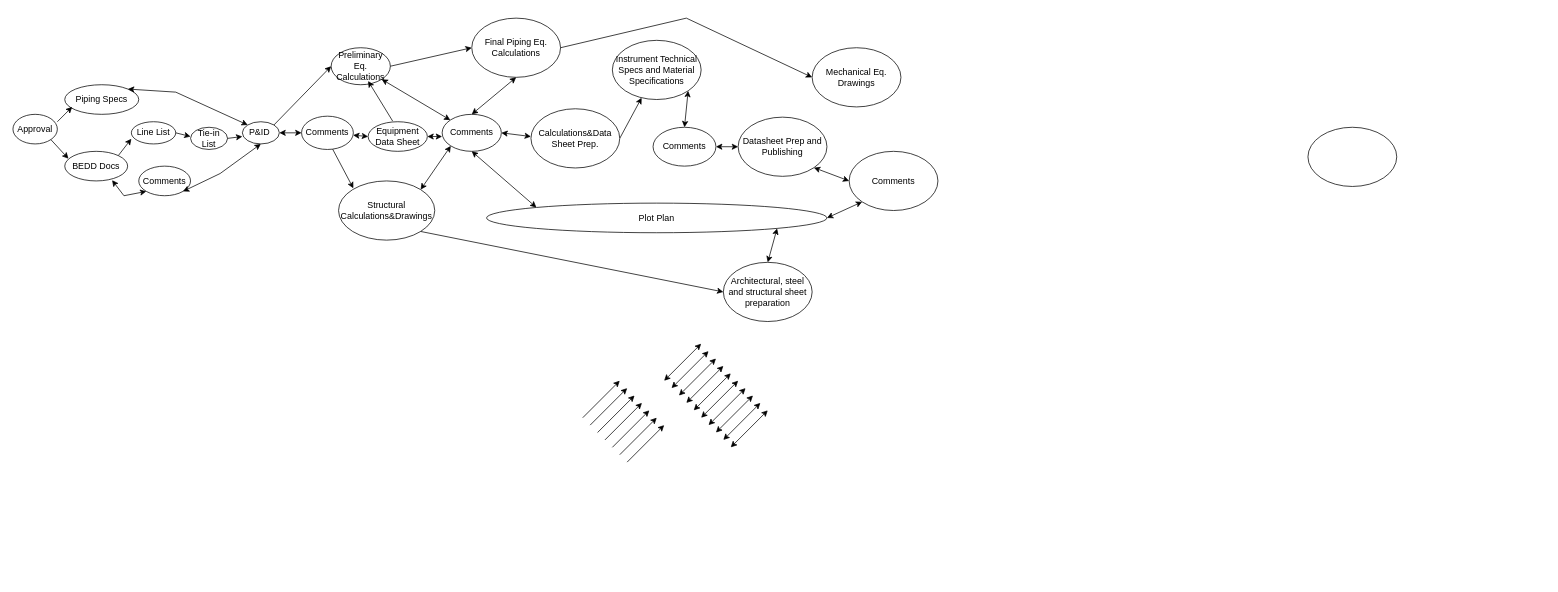
Above: Untitled Diagram.drawio in UtkuCan-Bayhan/Diagram (draw.io), before the change. Source tidied: cells renumbered, new cells numbered last; positions are measured from the earlier drawing's top-left corner, leaving out a move shared by most shapes. Both pictures are drawn from the tidied source at 74%, with x=0, y=0 at pixel (13, 18).
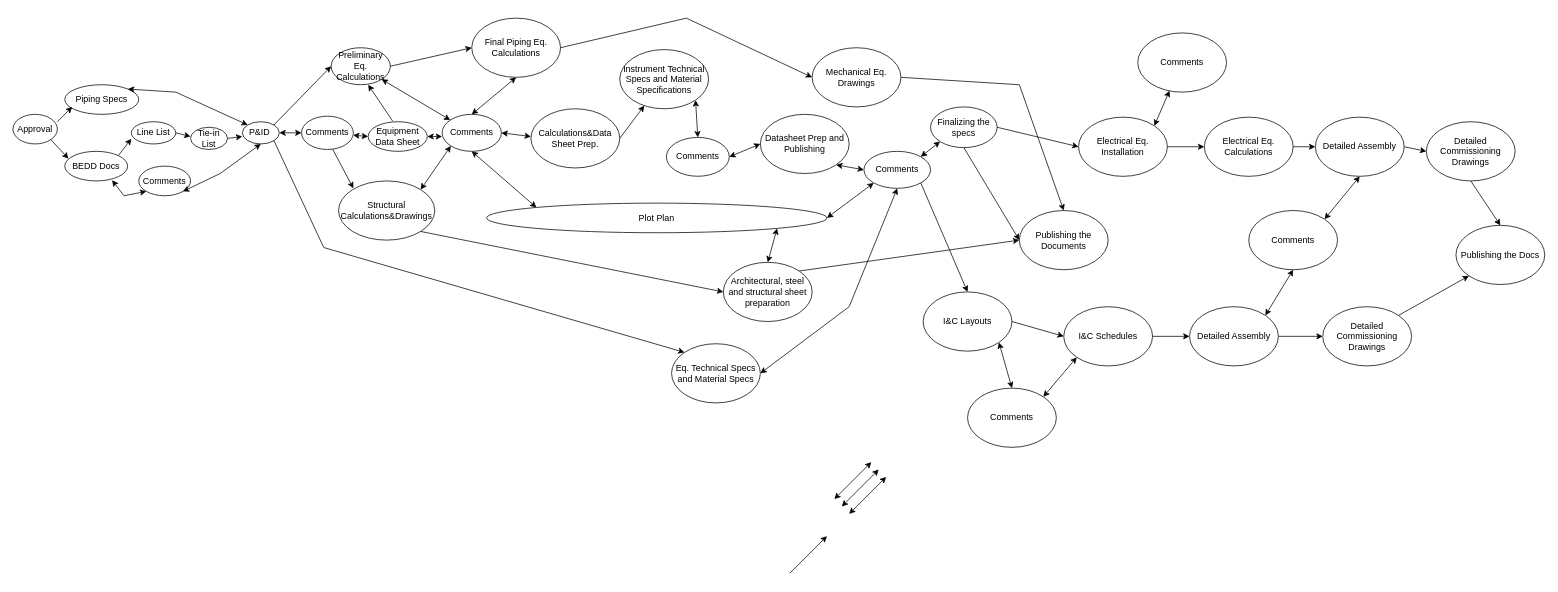
The same page after the edit.

Unchanged cells that the change refers to:
```xml
<mxCell id="4" value="P&amp;amp;ID&amp;nbsp;" style="ellipse;whiteSpace=wrap;html=1;" parent="1" vertex="1">
  <mxGeometry x="310" y="140" width="50" height="30" as="geometry" />
</mxCell>
<mxCell id="5" value="Equipment Data Sheet" style="ellipse;whiteSpace=wrap;html=1;" parent="1" vertex="1">
  <mxGeometry x="480" y="140" width="80" height="40" as="geometry" />
</mxCell>
<mxCell id="59" value="Mechanical Eq. Drawings" style="ellipse;whiteSpace=wrap;html=1;" parent="1" vertex="1">
  <mxGeometry x="1080" y="40" width="120" height="80" as="geometry" />
</mxCell>
<mxCell id="68" value="Architectural, steel and structural sheet preparation" style="ellipse;whiteSpace=wrap;html=1;" parent="1" vertex="1">
  <mxGeometry x="960" y="330" width="120" height="80" as="geometry" />
</mxCell>
```

Diff of the diagram source:
```diff
@@
-    <mxCell id="30" style="endArrow=classic;startArrow=classic;html=1;rounded=0;" parent="1" edge="1">
+    <mxCell id="30" style="endArrow=classic;startArrow=classic;html=1;rounded=0;entryX=0.5;entryY=1;entryDx=0;entryDy=0;exitX=1;exitY=0.5;exitDx=0;exitDy=0;" parent="1" edge="1" source="69" target="57">
       <mxGeometry relative="1" as="geometry">
-        <mxPoint x="880" y="490" as="sourcePoint" />
-        <mxPoint x="930" y="440" as="targetPoint" />
+        <Array as="points">
+          <mxPoint x="1130" y="390" />
+        </Array>
       </mxGeometry>
     </mxCell>
-    <mxCell id="31" style="endArrow=classic;startArrow=classic;html=1;rounded=0;" parent="1" edge="1">
-      <mxGeometry relative="1" as="geometry">
-        <mxPoint x="890" y="500" as="sourcePoint" />
-        <mxPoint x="940" y="450" as="targetPoint" />
-      </mxGeometry>
+    <mxCell id="31" style="endArrow=classic;startArrow=classic;html=1;rounded=0;entryX=0;entryY=1;entryDx=0;entryDy=0;exitX=1;exitY=0;exitDx=0;exitDy=0;" parent="1" edge="1" source="57" target="70">
+      <mxGeometry relative="1" as="geometry" />
     </mxCell>
-    <mxCell id="32" style="endArrow=classic;startArrow=classic;html=1;rounded=0;" parent="1" edge="1">
-      <mxGeometry relative="1" as="geometry">
-        <mxPoint x="900" y="510" as="sourcePoint" />
-        <mxPoint x="950" y="460" as="targetPoint" />
-      </mxGeometry>
+    <mxCell id="32" style="endArrow=classic;startArrow=classic;html=1;rounded=0;entryX=1;entryY=1;entryDx=0;entryDy=0;exitX=0.5;exitY=0;exitDx=0;exitDy=0;" parent="1" edge="1" source="75" target="72">
+      <mxGeometry relative="1" as="geometry" />
     </mxCell>
-    <mxCell id="33" style="endArrow=classic;startArrow=classic;html=1;rounded=0;" parent="1" edge="1">
-      <mxGeometry relative="1" as="geometry">
-        <mxPoint x="910" y="520" as="sourcePoint" />
-        <mxPoint x="960" y="470" as="targetPoint" />
-      </mxGeometry>
+    <mxCell id="33" style="endArrow=classic;startArrow=classic;html=1;rounded=0;entryX=1;entryY=0;entryDx=0;entryDy=0;exitX=0.358;exitY=0.975;exitDx=0;exitDy=0;exitPerimeter=0;" parent="1" edge="1" source="77" target="60">
+      <mxGeometry relative="1" as="geometry" />
     </mxCell>
@@
-    <mxCell id="35" style="endArrow=classic;startArrow=classic;html=1;rounded=0;" parent="1" edge="1">
-      <mxGeometry relative="1" as="geometry">
-        <mxPoint x="920" y="530" as="sourcePoint" />
-        <mxPoint x="970" y="480" as="targetPoint" />
-      </mxGeometry>
+    <mxCell id="35" style="endArrow=classic;startArrow=classic;html=1;rounded=0;entryX=0;entryY=1;entryDx=0;entryDy=0;exitX=1;exitY=0;exitDx=0;exitDy=0;" parent="1" edge="1" source="75" target="78">
+      <mxGeometry relative="1" as="geometry" />
     </mxCell>
-    <mxCell id="36" style="endArrow=classic;startArrow=classic;html=1;rounded=0;" parent="1" edge="1">
-      <mxGeometry relative="1" as="geometry">
-        <mxPoint x="930" y="540" as="sourcePoint" />
-        <mxPoint x="980" y="490" as="targetPoint" />
-      </mxGeometry>
+    <mxCell id="36" style="endArrow=classic;startArrow=classic;html=1;rounded=0;entryX=0.5;entryY=1;entryDx=0;entryDy=0;exitX=1;exitY=0;exitDx=0;exitDy=0;" parent="1" edge="1" source="86" target="87">
+      <mxGeometry relative="1" as="geometry" />
     </mxCell>
-    <mxCell id="37" style="endArrow=classic;startArrow=classic;html=1;rounded=0;" parent="1" edge="1">
-      <mxGeometry relative="1" as="geometry">
-        <mxPoint x="940" y="550" as="sourcePoint" />
-        <mxPoint x="990" y="500" as="targetPoint" />
-      </mxGeometry>
+    <mxCell id="37" style="endArrow=classic;startArrow=classic;html=1;rounded=0;entryX=1;entryY=0;entryDx=0;entryDy=0;exitX=0.5;exitY=1;exitDx=0;exitDy=0;" parent="1" edge="1" source="86" target="85">
+      <mxGeometry relative="1" as="geometry" />
     </mxCell>
     <mxCell id="38" style="endArrow=classic;startArrow=classic;html=1;rounded=0;" parent="1" edge="1">
       <mxGeometry relative="1" as="geometry">
-        <mxPoint x="950" y="560" as="sourcePoint" />
-        <mxPoint x="1000" y="510" as="targetPoint" />
+        <mxPoint x="1110" y="650" as="sourcePoint" />
+        <mxPoint x="1160" y="600" as="targetPoint" />
       </mxGeometry>
     </mxCell>
     <mxCell id="39" style="endArrow=classic;startArrow=classic;html=1;rounded=0;" parent="1" edge="1">
       <mxGeometry relative="1" as="geometry">
-        <mxPoint x="960" y="570" as="sourcePoint" />
-        <mxPoint x="1010" y="520" as="targetPoint" />
+        <mxPoint x="1120" y="660" as="sourcePoint" />
+        <mxPoint x="1170" y="610" as="targetPoint" />
       </mxGeometry>
     </mxCell>
     <mxCell id="40" style="endArrow=classic;startArrow=classic;html=1;rounded=0;" parent="1" edge="1">
       <mxGeometry relative="1" as="geometry">
-        <mxPoint x="970" y="580" as="sourcePoint" />
-        <mxPoint x="1020" y="530" as="targetPoint" />
+        <mxPoint x="1130" y="670" as="sourcePoint" />
+        <mxPoint x="1180" y="620" as="targetPoint" />
       </mxGeometry>
     </mxCell>
@@
     <mxCell id="45" style="endArrow=classic;html=1;rounded=0;exitX=0.413;exitY=-0.025;exitDx=0;exitDy=0;exitPerimeter=0;" parent="1" edge="1" source="5">
       <mxGeometry relative="1" as="geometry">
-        <mxPoint x="480" y="85" as="targetPoint" />
+        <mxPoint x="480" y="90" as="targetPoint" />
       </mxGeometry>
     </mxCell>
@@
-    <mxCell id="49" style="endArrow=classic;html=1;rounded=0;" parent="1" edge="1">
+    <mxCell id="49" style="endArrow=classic;html=1;rounded=0;entryX=0;entryY=0;entryDx=0;entryDy=0;exitX=1;exitY=1;exitDx=0;exitDy=0;" parent="1" edge="1" source="4" target="69">
       <mxGeometry relative="1" as="geometry">
-        <mxPoint x="770" y="540" as="sourcePoint" />
-        <mxPoint x="820" y="490" as="targetPoint" />
+        <Array as="points">
+          <mxPoint x="420" y="310" />
+        </Array>
       </mxGeometry>
     </mxCell>
@@
     <mxCell id="54" value="Instrument Technical Specs and Material Specifications" style="ellipse;whiteSpace=wrap;html=1;" parent="1" vertex="1">
-      <mxGeometry x="810" y="30" width="120" height="80" as="geometry" />
+      <mxGeometry x="820" y="42.5" width="120" height="80" as="geometry" />
     </mxCell>
     <mxCell id="55" value="Comments" style="ellipse;whiteSpace=wrap;html=1;" parent="1" vertex="1">
-      <mxGeometry x="865" y="147.5" width="85" height="52.5" as="geometry" />
+      <mxGeometry x="883" y="161.2" width="85" height="52.5" as="geometry" />
     </mxCell>
     <mxCell id="56" value="Datasheet Prep and Publishing" style="ellipse;whiteSpace=wrap;html=1;" parent="1" vertex="1">
-      <mxGeometry x="980" y="133.8" width="120" height="80" as="geometry" />
+      <mxGeometry x="1010" y="130" width="120" height="80" as="geometry" />
     </mxCell>
     <mxCell id="57" value="Comments" style="ellipse;whiteSpace=wrap;html=1;" parent="1" vertex="1">
-      <mxGeometry x="1130" y="180" width="120" height="80" as="geometry" />
+      <mxGeometry x="1150" y="180" width="90" height="50" as="geometry" />
     </mxCell>
@@
-    <mxCell id="60" style="ellipse;whiteSpace=wrap;html=1;" parent="1" vertex="1">
-      <mxGeometry x="1750" y="147.5" width="120" height="80" as="geometry" />
+    <mxCell id="60" value="Electrical Eq. Installation" style="ellipse;whiteSpace=wrap;html=1;" parent="1" vertex="1">
+      <mxGeometry x="1440" y="133.8" width="120" height="80" as="geometry" />
     </mxCell>
@@
-    <mxCell id="62" style="endArrow=classic;html=1;rounded=0;" parent="1" edge="1">
-      <mxGeometry relative="1" as="geometry">
-        <mxPoint x="780" y="550" as="sourcePoint" />
-        <mxPoint x="830" y="500" as="targetPoint" />
-      </mxGeometry>
+    <mxCell id="62" style="endArrow=classic;html=1;rounded=0;entryX=0;entryY=0.5;entryDx=0;entryDy=0;exitX=0.5;exitY=1;exitDx=0;exitDy=0;" parent="1" edge="1" source="70" target="71">
+      <mxGeometry relative="1" as="geometry" />
     </mxCell>
-    <mxCell id="63" style="endArrow=classic;html=1;rounded=0;" parent="1" edge="1">
+    <mxCell id="63" style="endArrow=classic;html=1;rounded=0;entryX=0.5;entryY=0;entryDx=0;entryDy=0;exitX=1;exitY=0.5;exitDx=0;exitDy=0;" parent="1" edge="1" source="59" target="71">
       <mxGeometry relative="1" as="geometry">
-        <mxPoint x="790" y="560" as="sourcePoint" />
-        <mxPoint x="840" y="510" as="targetPoint" />
+        <Array as="points">
+          <mxPoint x="1360" y="90" />
+        </Array>
       </mxGeometry>
     </mxCell>
-    <mxCell id="64" style="endArrow=classic;html=1;rounded=0;" parent="1" edge="1">
-      <mxGeometry relative="1" as="geometry">
-        <mxPoint x="800" y="570" as="sourcePoint" />
-        <mxPoint x="850" y="520" as="targetPoint" />
-      </mxGeometry>
+    <mxCell id="64" style="endArrow=classic;html=1;rounded=0;entryX=0;entryY=0.5;entryDx=0;entryDy=0;exitX=1;exitY=0;exitDx=0;exitDy=0;" parent="1" edge="1" source="68" target="71">
+      <mxGeometry relative="1" as="geometry" />
     </mxCell>
-    <mxCell id="65" style="endArrow=classic;html=1;rounded=0;" parent="1" edge="1">
-      <mxGeometry relative="1" as="geometry">
-        <mxPoint x="810" y="580" as="sourcePoint" />
-        <mxPoint x="860" y="530" as="targetPoint" />
-      </mxGeometry>
-    </mxCell>
-    <mxCell id="66" style="endArrow=classic;html=1;rounded=0;" parent="1" edge="1">
-      <mxGeometry relative="1" as="geometry">
-        <mxPoint x="820" y="590" as="sourcePoint" />
-        <mxPoint x="870" y="540" as="targetPoint" />
-      </mxGeometry>
+    <mxCell id="66" style="endArrow=classic;html=1;rounded=0;entryX=0;entryY=0.5;entryDx=0;entryDy=0;exitX=1;exitY=0.5;exitDx=0;exitDy=0;" parent="1" edge="1" source="60" target="76">
+      <mxGeometry relative="1" as="geometry" />
     </mxCell>
-    <mxCell id="67" style="endArrow=classic;html=1;rounded=0;" parent="1" edge="1">
-      <mxGeometry relative="1" as="geometry">
-        <mxPoint x="830" y="600" as="sourcePoint" />
-        <mxPoint x="880" y="550" as="targetPoint" />
-      </mxGeometry>
+    <mxCell id="67" style="endArrow=classic;html=1;rounded=0;entryX=0;entryY=0.5;entryDx=0;entryDy=0;exitX=1;exitY=0.5;exitDx=0;exitDy=0;" parent="1" edge="1" source="72" target="78">
+      <mxGeometry relative="1" as="geometry" />
     </mxCell>
@@
+    <mxCell id="69" value="Eq. Technical Specs and Material Specs" style="ellipse;whiteSpace=wrap;html=1;" parent="1" vertex="1">
+      <mxGeometry x="890" y="440" width="120" height="80" as="geometry" />
+    </mxCell>
+    <mxCell id="70" value="Finalizing the specs" style="ellipse;whiteSpace=wrap;html=1;" parent="1" vertex="1">
+      <mxGeometry x="1240" y="120" width="90" height="55" as="geometry" />
+    </mxCell>
+    <mxCell id="71" value="Publishing the Documents" style="ellipse;whiteSpace=wrap;html=1;" parent="1" vertex="1">
+      <mxGeometry x="1360" y="260" width="120" height="80" as="geometry" />
+    </mxCell>
+    <mxCell id="72" value="I&amp;amp;C Layouts" style="ellipse;whiteSpace=wrap;html=1;" parent="1" vertex="1">
+      <mxGeometry x="1230" y="370" width="120" height="80" as="geometry" />
+    </mxCell>
+    <mxCell id="73" style="endArrow=classic;html=1;rounded=0;entryX=0;entryY=0.5;entryDx=0;entryDy=0;exitX=1;exitY=0.5;exitDx=0;exitDy=0;" parent="1" edge="1" source="70" target="60">
+      <mxGeometry relative="1" as="geometry" />
+    </mxCell>
+    <mxCell id="74" style="endArrow=classic;html=1;rounded=0;entryX=0.5;entryY=0;entryDx=0;entryDy=0;exitX=1;exitY=1;exitDx=0;exitDy=0;" parent="1" edge="1" source="57" target="72">
+      <mxGeometry relative="1" as="geometry" />
+    </mxCell>
+    <mxCell id="75" value="Comments" style="ellipse;whiteSpace=wrap;html=1;" parent="1" vertex="1">
+      <mxGeometry x="1290" y="500" width="120" height="80" as="geometry" />
+    </mxCell>
+    <mxCell id="76" value="Electrical Eq. Calculations" style="ellipse;whiteSpace=wrap;html=1;" parent="1" vertex="1">
+      <mxGeometry x="1610" y="133.8" width="120" height="80" as="geometry" />
+    </mxCell>
+    <mxCell id="77" value="Comments" style="ellipse;whiteSpace=wrap;html=1;" parent="1" vertex="1">
+      <mxGeometry x="1520" y="20" width="120" height="80" as="geometry" />
+    </mxCell>
+    <mxCell id="78" value="I&amp;amp;C Schedules" style="ellipse;whiteSpace=wrap;html=1;" parent="1" vertex="1">
+      <mxGeometry x="1420" y="390" width="120" height="80" as="geometry" />
+    </mxCell>
+    <mxCell id="79" style="endArrow=classic;html=1;rounded=0;entryX=0;entryY=0.5;entryDx=0;entryDy=0;exitX=1;exitY=0.5;exitDx=0;exitDy=0;" parent="1" edge="1" source="78" target="85">
+      <mxGeometry relative="1" as="geometry" />
+    </mxCell>
+    <mxCell id="80" style="endArrow=classic;html=1;rounded=0;entryX=0;entryY=0.5;entryDx=0;entryDy=0;exitX=1;exitY=0.5;exitDx=0;exitDy=0;" parent="1" edge="1" source="85" target="90">
+      <mxGeometry relative="1" as="geometry" />
+    </mxCell>
+    <mxCell id="81" style="endArrow=classic;html=1;rounded=0;entryX=0;entryY=0.5;entryDx=0;entryDy=0;exitX=1;exitY=0.5;exitDx=0;exitDy=0;" parent="1" edge="1" source="87" target="89">
+      <mxGeometry relative="1" as="geometry" />
+    </mxCell>
+    <mxCell id="82" style="endArrow=classic;html=1;rounded=0;entryX=0.5;entryY=0;entryDx=0;entryDy=0;exitX=0.5;exitY=1;exitDx=0;exitDy=0;" parent="1" edge="1" source="89" target="91">
+      <mxGeometry relative="1" as="geometry" />
+    </mxCell>
+    <mxCell id="83" style="endArrow=classic;html=1;rounded=0;entryX=0;entryY=1;entryDx=0;entryDy=0;exitX=1;exitY=0;exitDx=0;exitDy=0;" parent="1" edge="1" source="90" target="91">
+      <mxGeometry relative="1" as="geometry" />
+    </mxCell>
+    <mxCell id="84" style="endArrow=classic;html=1;rounded=0;" parent="1" edge="1">
+      <mxGeometry relative="1" as="geometry">
+        <mxPoint x="1050" y="750" as="sourcePoint" />
+        <mxPoint x="1100" y="700" as="targetPoint" />
+      </mxGeometry>
+    </mxCell>
+    <mxCell id="85" value="Detailed Assembly" style="ellipse;whiteSpace=wrap;html=1;" parent="1" vertex="1">
+      <mxGeometry x="1590" y="390" width="120" height="80" as="geometry" />
+    </mxCell>
+    <mxCell id="86" value="Comments" style="ellipse;whiteSpace=wrap;html=1;" parent="1" vertex="1">
+      <mxGeometry x="1670" y="260" width="120" height="80" as="geometry" />
+    </mxCell>
+    <mxCell id="87" value="Detailed Assembly" style="ellipse;whiteSpace=wrap;html=1;" parent="1" vertex="1">
+      <mxGeometry x="1760" y="133.8" width="120" height="80" as="geometry" />
+    </mxCell>
+    <mxCell id="88" style="endArrow=classic;html=1;rounded=0;entryX=0;entryY=0.5;entryDx=0;entryDy=0;exitX=1;exitY=0.5;exitDx=0;exitDy=0;" parent="1" edge="1" source="76" target="87">
+      <mxGeometry relative="1" as="geometry" />
+    </mxCell>
+    <mxCell id="89" value="Detailed Commissioning Drawings" style="ellipse;whiteSpace=wrap;html=1;" parent="1" vertex="1">
+      <mxGeometry x="1910" y="140" width="120" height="80" as="geometry" />
+    </mxCell>
+    <mxCell id="90" value="Detailed Commissioning Drawings" style="ellipse;whiteSpace=wrap;html=1;" parent="1" vertex="1">
+      <mxGeometry x="1770" y="390" width="120" height="80" as="geometry" />
+    </mxCell>
+    <mxCell id="91" value="Publishing the Docs" style="ellipse;whiteSpace=wrap;html=1;" parent="1" vertex="1">
+      <mxGeometry x="1950" y="280" width="120" height="80" as="geometry" />
+    </mxCell>
```
